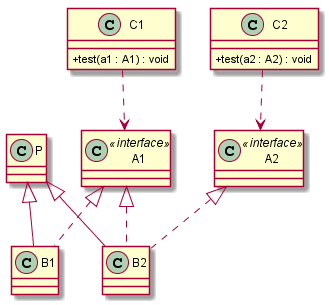
This is UML parser/output.png from DhirajGurnani/umlparsercmpe202, a PlantUML export, as it was before one commit.
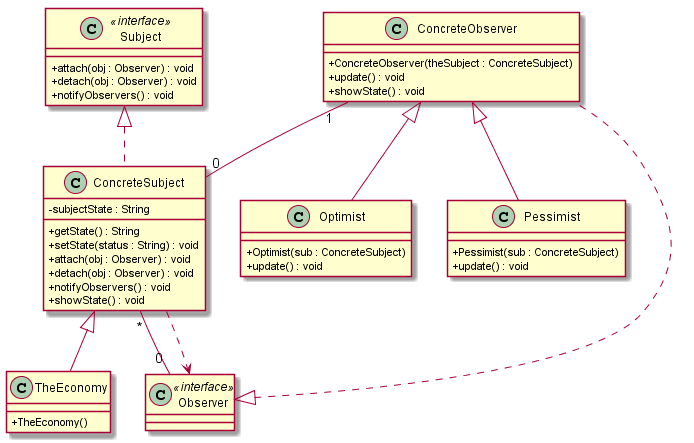
Later version of the same file.

The edit, as a diff of the source:
```diff
@@ -1,26 +1,43 @@
 @startuml
 skinparam classAttributeIconSize 0
-C1 ..> A1
-C2 ..> A2
-class A1 <<interface>>  {
+ConcreteObserver "1" -- "0" ConcreteSubject
+ConcreteSubject "*" -- "0" Observer
+ConcreteSubject ..> Observer
+Observer <|.. ConcreteObserver
+class ConcreteObserver {
++ ConcreteObserver(theSubject : ConcreteSubject)
++ update() : void
++ showState() : void
 }
-class A2 <<interface>>  {
+Subject <|.. ConcreteSubject
+class ConcreteSubject {
+-subjectState : String
++ getState() : String
++ setState(status : String) : void
++ attach(obj : Observer) : void
++ detach(obj : Observer) : void
++ notifyObservers() : void
++ showState() : void
 }
-P  ^-- B1
-A1 <|.. B1
-class B1 {
+class Observer <<interface>>  {
 }
-P  ^-- B2
-A1 <|.. B2
-A2 <|.. B2
-class B2 {
+ConcreteObserver  ^-- Optimist
+class Optimist {
++ Optimist(sub : ConcreteSubject)
++ update() : void
 }
-class C1 {
-+ test(a1 : A1) : void
+ConcreteObserver  ^-- Pessimist
+class Pessimist {
++ Pessimist(sub : ConcreteSubject)
++ update() : void
 }
-class C2 {
-+ test(a2 : A2) : void
+class Subject <<interface>>  {
++ attach(obj : Observer) : void
++ detach(obj : Observer) : void
++ notifyObservers() : void
 }
-class P {
+ConcreteSubject  ^-- TheEconomy
+class TheEconomy {
++ TheEconomy()
 }
 @enduml
```
